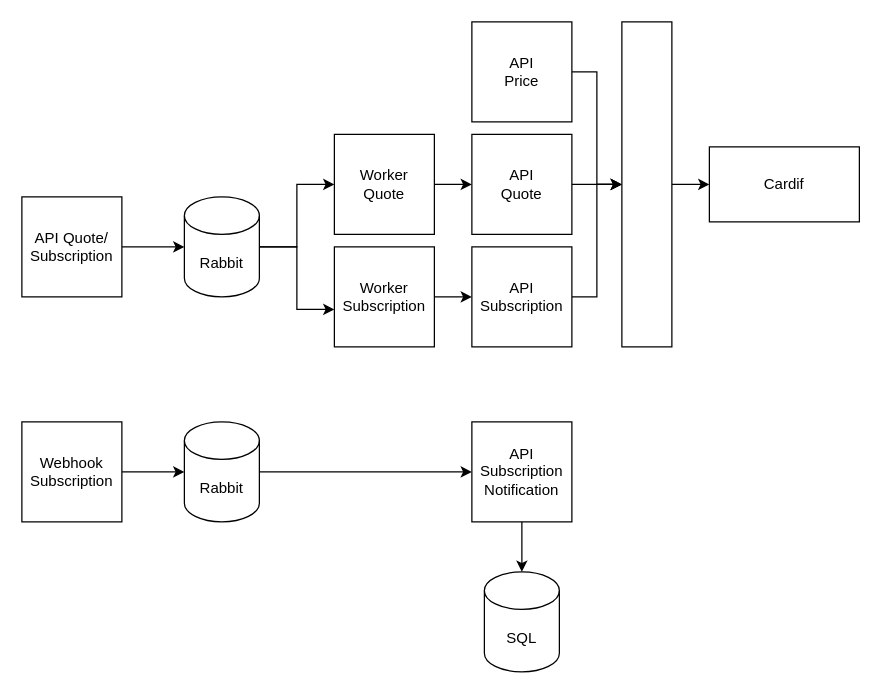
The draw.io diagram Untitled Diagram.drawio in fiewski/draw, before the edit. Source tidied: cells renumbered, new cells numbered last; positions are measured from the earlier drawing's top-left corner, leaving out a move shared by most shapes. Both pictures are drawn from the tidied source at 125%, with x=0, y=0 at pixel (21, 21).
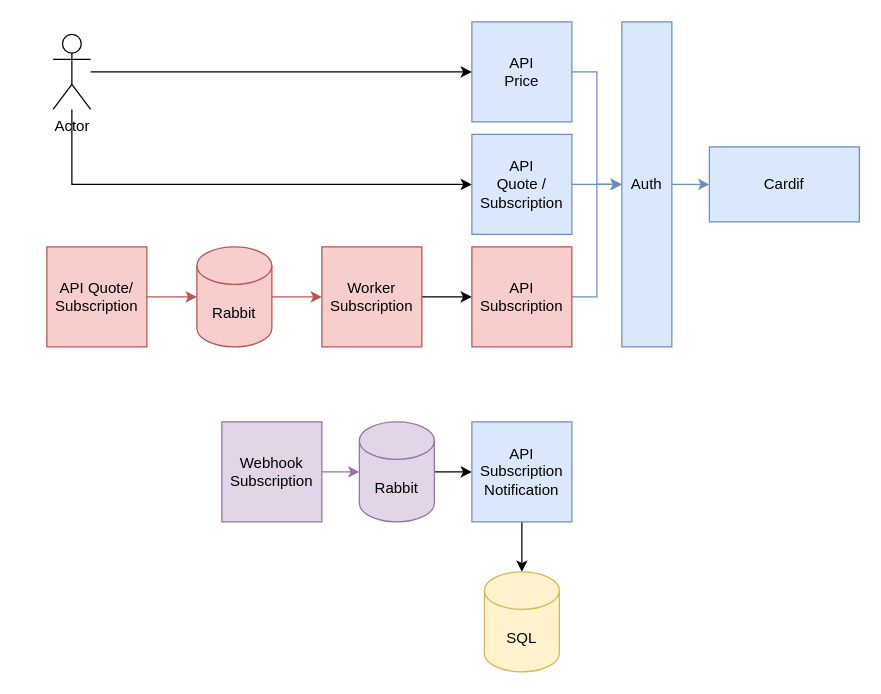
After the change.

The edit, as a diff of the source:
```diff
@@
-    <mxCell id="2" style="edgeStyle=orthogonalEdgeStyle;rounded=0;jettySize=auto;html=1;" parent="1" edge="1" source="3" target="6">
+    <mxCell id="2" style="edgeStyle=orthogonalEdgeStyle;rounded=0;jettySize=auto;html=1;fillColor=#dae8fc;strokeColor=#6c8ebf;" parent="1" edge="1" source="3" target="6">
       <mxGeometry relative="1" as="geometry" />
     </mxCell>
-    <mxCell id="3" style="rounded=0;whiteSpace=wrap;html=1;" parent="1" vertex="1">
+    <mxCell id="3" value="Auth" style="rounded=0;whiteSpace=wrap;html=1;fillColor=#dae8fc;strokeColor=#6c8ebf;" parent="1" vertex="1">
       <mxGeometry x="480" width="40" height="260" as="geometry" />
     </mxCell>
-    <mxCell id="4" style="edgeStyle=orthogonalEdgeStyle;rounded=0;jettySize=auto;html=1;entryX=0;entryY=0.5;entryDx=0;entryDy=0;" parent="1" edge="1" source="5" target="3">
+    <mxCell id="4" style="edgeStyle=orthogonalEdgeStyle;rounded=0;jettySize=auto;html=1;entryX=0;entryY=0.5;entryDx=0;entryDy=0;fillColor=#dae8fc;strokeColor=#6c8ebf;" parent="1" edge="1" source="5" target="3">
       <mxGeometry relative="1" as="geometry" />
     </mxCell>
-    <mxCell id="5" value="API&lt;br&gt;Quote" style="whiteSpace=wrap;html=1;" parent="1" vertex="1">
+    <mxCell id="5" value="API&lt;br&gt;Quote /&lt;br&gt;Subscription" style="whiteSpace=wrap;html=1;fillColor=#dae8fc;strokeColor=#6c8ebf;" parent="1" vertex="1">
       <mxGeometry x="360" y="90" width="80" height="80" as="geometry" />
     </mxCell>
-    <mxCell id="6" value="Cardif" style="whiteSpace=wrap;html=1;rounded=0;" parent="1" vertex="1">
+    <mxCell id="6" value="Cardif" style="whiteSpace=wrap;html=1;rounded=0;fillColor=#dae8fc;strokeColor=#6c8ebf;" parent="1" vertex="1">
       <mxGeometry x="550" y="100" width="120" height="60" as="geometry" />
     </mxCell>
-    <mxCell id="7" style="edgeStyle=orthogonalEdgeStyle;rounded=0;jettySize=auto;html=1;" parent="1" edge="1" source="8" target="5">
-      <mxGeometry relative="1" as="geometry" />
-    </mxCell>
-    <mxCell id="8" value="Worker&lt;br&gt;Quote" style="whiteSpace=wrap;html=1;" parent="1" vertex="1">
-      <mxGeometry x="250" y="90" width="80" height="80" as="geometry" />
-    </mxCell>
-    <mxCell id="9" style="edgeStyle=orthogonalEdgeStyle;rounded=0;jettySize=auto;html=1;" parent="1" edge="1" source="10" target="3">
+    <mxCell id="9" style="edgeStyle=orthogonalEdgeStyle;rounded=0;jettySize=auto;html=1;fillColor=#dae8fc;strokeColor=#6c8ebf;" parent="1" edge="1" source="10" target="3">
       <mxGeometry relative="1" as="geometry" />
     </mxCell>
-    <mxCell id="10" value="API &lt;br&gt;Price" style="whiteSpace=wrap;html=1;" parent="1" vertex="1">
+    <mxCell id="10" value="API &lt;br&gt;Price" style="whiteSpace=wrap;html=1;fillColor=#dae8fc;strokeColor=#6c8ebf;" parent="1" vertex="1">
       <mxGeometry x="360" width="80" height="80" as="geometry" />
     </mxCell>
-    <mxCell id="11" style="edgeStyle=orthogonalEdgeStyle;rounded=0;jettySize=auto;html=1;entryX=0;entryY=0.5;entryDx=0;entryDy=0;" parent="1" edge="1" source="13" target="8">
-      <mxGeometry relative="1" as="geometry" />
-    </mxCell>
-    <mxCell id="12" style="edgeStyle=orthogonalEdgeStyle;rounded=0;jettySize=auto;html=1;entryX=0;entryY=0.625;entryDx=0;entryDy=0;entryPerimeter=0;" parent="1" edge="1" source="13" target="19">
+    <mxCell id="12" style="edgeStyle=orthogonalEdgeStyle;rounded=0;jettySize=auto;html=1;fillColor=#f8cecc;strokeColor=#b85450;" parent="1" edge="1" source="13" target="19">
       <mxGeometry relative="1" as="geometry" />
     </mxCell>
-    <mxCell id="13" value="Rabbit" style="shape=cylinder3;whiteSpace=wrap;html=1;boundedLbl=1;backgroundOutline=1;size=15;" parent="1" vertex="1">
-      <mxGeometry x="130" y="140" width="60" height="80" as="geometry" />
+    <mxCell id="13" value="Rabbit" style="shape=cylinder3;whiteSpace=wrap;html=1;boundedLbl=1;backgroundOutline=1;size=15;fillColor=#f8cecc;strokeColor=#b85450;" parent="1" vertex="1">
+      <mxGeometry x="140" y="180" width="60" height="80" as="geometry" />
     </mxCell>
-    <mxCell id="14" style="edgeStyle=orthogonalEdgeStyle;rounded=0;jettySize=auto;html=1;entryX=0;entryY=0.5;entryDx=0;entryDy=0;entryPerimeter=0;" parent="1" edge="1" source="15" target="13">
+    <mxCell id="14" style="edgeStyle=orthogonalEdgeStyle;rounded=0;jettySize=auto;html=1;entryX=0;entryY=0.5;entryDx=0;entryDy=0;entryPerimeter=0;fillColor=#f8cecc;strokeColor=#b85450;" parent="1" edge="1" source="15" target="13">
       <mxGeometry relative="1" as="geometry" />
     </mxCell>
-    <mxCell id="15" value="API Quote/&lt;br&gt;Subscription" style="whiteSpace=wrap;html=1;" parent="1" vertex="1">
-      <mxGeometry y="140" width="80" height="80" as="geometry" />
+    <mxCell id="15" value="API Quote/&lt;br&gt;Subscription" style="whiteSpace=wrap;html=1;fillColor=#f8cecc;strokeColor=#b85450;" parent="1" vertex="1">
+      <mxGeometry x="20" y="180" width="80" height="80" as="geometry" />
     </mxCell>
-    <mxCell id="16" style="edgeStyle=orthogonalEdgeStyle;rounded=0;jettySize=auto;html=1;entryX=0;entryY=0.5;entryDx=0;entryDy=0;" parent="1" edge="1" source="17" target="3">
+    <mxCell id="16" style="edgeStyle=orthogonalEdgeStyle;rounded=0;jettySize=auto;html=1;entryX=0;entryY=0.5;entryDx=0;entryDy=0;fillColor=#dae8fc;strokeColor=#6c8ebf;" parent="1" edge="1" source="17" target="3">
       <mxGeometry relative="1" as="geometry" />
     </mxCell>
-    <mxCell id="17" value="API&lt;br&gt;Subscription" style="whiteSpace=wrap;html=1;" parent="1" vertex="1">
+    <mxCell id="17" value="API&lt;br&gt;Subscription" style="whiteSpace=wrap;html=1;fillColor=#f8cecc;strokeColor=#b85450;" parent="1" vertex="1">
       <mxGeometry x="360" y="180" width="80" height="80" as="geometry" />
     </mxCell>
@@
-    <mxCell id="19" value="Worker Subscription" style="whiteSpace=wrap;html=1;" parent="1" vertex="1">
-      <mxGeometry x="250" y="180" width="80" height="80" as="geometry" />
+    <mxCell id="19" value="Worker Subscription" style="whiteSpace=wrap;html=1;fillColor=#f8cecc;strokeColor=#b85450;" parent="1" vertex="1">
+      <mxGeometry x="240" y="180" width="80" height="80" as="geometry" />
     </mxCell>
-    <mxCell id="20" style="edgeStyle=orthogonalEdgeStyle;rounded=0;jettySize=auto;html=1;entryX=0;entryY=0.5;entryDx=0;entryDy=0;entryPerimeter=0;" parent="1" edge="1" source="21" target="23">
+    <mxCell id="20" style="edgeStyle=orthogonalEdgeStyle;rounded=0;jettySize=auto;html=1;entryX=0;entryY=0.5;entryDx=0;entryDy=0;entryPerimeter=0;fillColor=#e1d5e7;strokeColor=#9673a6;" parent="1" edge="1" source="21" target="23">
       <mxGeometry relative="1" as="geometry" />
     </mxCell>
-    <mxCell id="21" value="Webhook&lt;br&gt;Subscription" style="whiteSpace=wrap;html=1;" parent="1" vertex="1">
-      <mxGeometry y="320" width="80" height="80" as="geometry" />
+    <mxCell id="21" value="Webhook&lt;br&gt;Subscription" style="whiteSpace=wrap;html=1;fillColor=#e1d5e7;strokeColor=#9673a6;" parent="1" vertex="1">
+      <mxGeometry x="160" y="320" width="80" height="80" as="geometry" />
     </mxCell>
@@
-    <mxCell id="23" value="Rabbit" style="shape=cylinder3;whiteSpace=wrap;html=1;boundedLbl=1;backgroundOutline=1;size=15;" parent="1" vertex="1">
-      <mxGeometry x="130" y="320" width="60" height="80" as="geometry" />
+    <mxCell id="23" value="Rabbit" style="shape=cylinder3;whiteSpace=wrap;html=1;boundedLbl=1;backgroundOutline=1;size=15;fillColor=#e1d5e7;strokeColor=#9673a6;" parent="1" vertex="1">
+      <mxGeometry x="270" y="320" width="60" height="80" as="geometry" />
     </mxCell>
@@
-    <mxCell id="25" value="API&lt;br&gt;Subscription&lt;br&gt;Notification" style="whiteSpace=wrap;html=1;" parent="1" vertex="1">
+    <mxCell id="25" value="API&lt;br&gt;Subscription&lt;br&gt;Notification" style="whiteSpace=wrap;html=1;fillColor=#dae8fc;strokeColor=#6c8ebf;" parent="1" vertex="1">
       <mxGeometry x="360" y="320" width="80" height="80" as="geometry" />
     </mxCell>
-    <mxCell id="26" value="SQL" style="shape=cylinder3;whiteSpace=wrap;html=1;boundedLbl=1;backgroundOutline=1;size=15;" parent="1" vertex="1">
+    <mxCell id="26" value="SQL" style="shape=cylinder3;whiteSpace=wrap;html=1;boundedLbl=1;backgroundOutline=1;size=15;fillColor=#fff2cc;strokeColor=#d6b656;" parent="1" vertex="1">
       <mxGeometry x="370" y="440" width="60" height="80" as="geometry" />
     </mxCell>
+    <mxCell id="27" style="edgeStyle=orthogonalEdgeStyle;rounded=0;jettySize=auto;html=1;entryX=0;entryY=0.5;entryDx=0;entryDy=0;" parent="1" edge="1" source="29" target="10">
+      <mxGeometry relative="1" as="geometry" />
+    </mxCell>
+    <mxCell id="28" style="edgeStyle=orthogonalEdgeStyle;rounded=0;jettySize=auto;html=1;entryX=0;entryY=0.5;entryDx=0;entryDy=0;" parent="1" edge="1" source="29" target="5">
+      <mxGeometry relative="1" as="geometry">
+        <Array as="points">
+          <mxPoint x="40" y="130" />
+        </Array>
+      </mxGeometry>
+    </mxCell>
+    <mxCell id="29" value="Actor" style="shape=umlActor;verticalLabelPosition=bottom;verticalAlign=top;html=1;outlineConnect=0;" parent="1" vertex="1">
+      <mxGeometry x="25" y="10" width="30" height="60" as="geometry" />
+    </mxCell>
```
